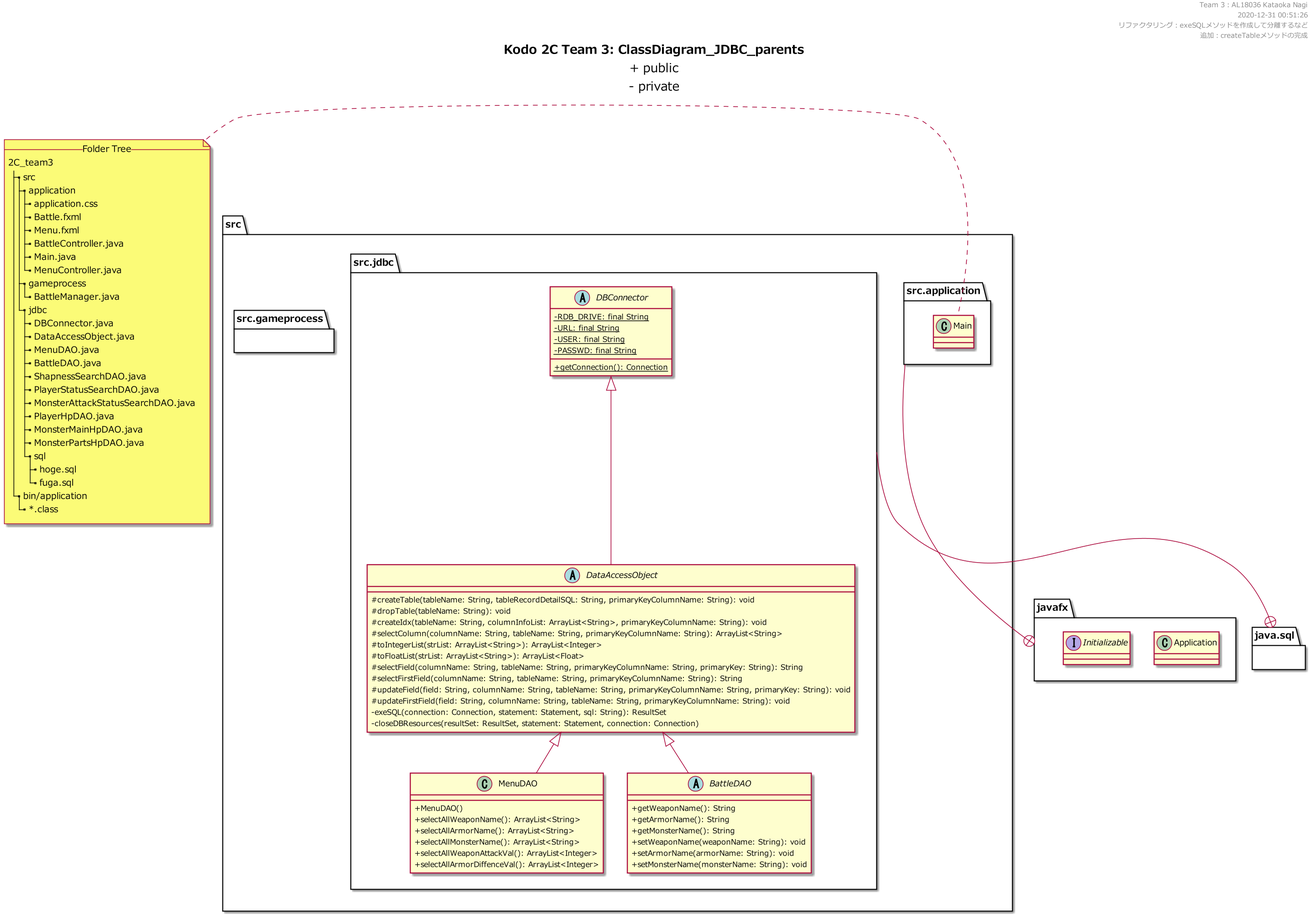
KataokaNagi/2C_team3 keeps this PlantUML diagram as uml/out/ClassDiagram_JDBC_parents.png. Above is the earlier version.
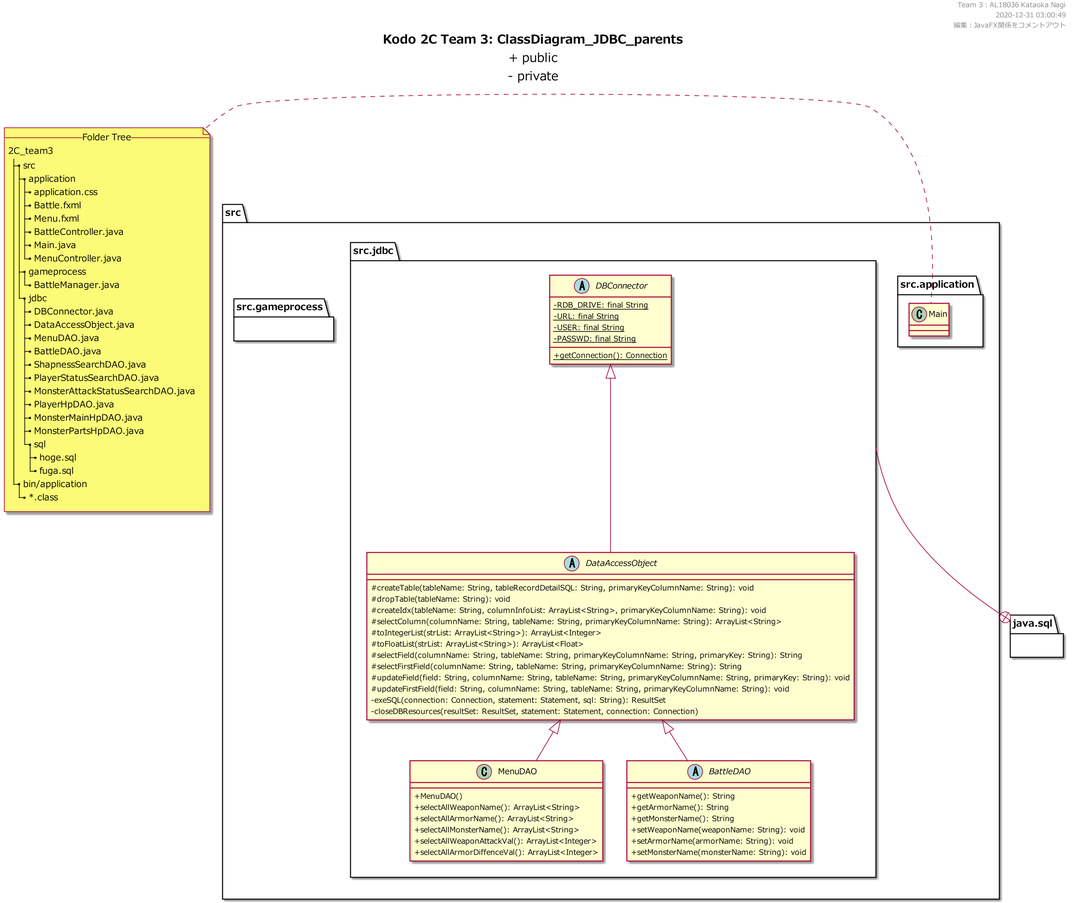
The same diagram one commit later.

Commit message:
JDBCのクラス図：JavaFX関係をコメントアウト

What changed in the source:
```diff
@@ -6,9 +6,8 @@
 
 header
 Team 3 : AL18036 Kataoka Nagi
-2020-12-31 00:51:26
-リファクタリング：exeSQLメソッドを作成して分離するなど
-追加：createTableメソッドの完成
+2020-12-31 03:00:49
+編集：JavaFX関係をコメントアウト
 end header
 
 
@@ -65,13 +64,8 @@
 package java.sql {
 }
 
-package javafx {
-  class Application
-  Interface Initializable
-}
 
 src.jdbc --+ java.sql
-src.application --+ javafx
 
 
 
```
